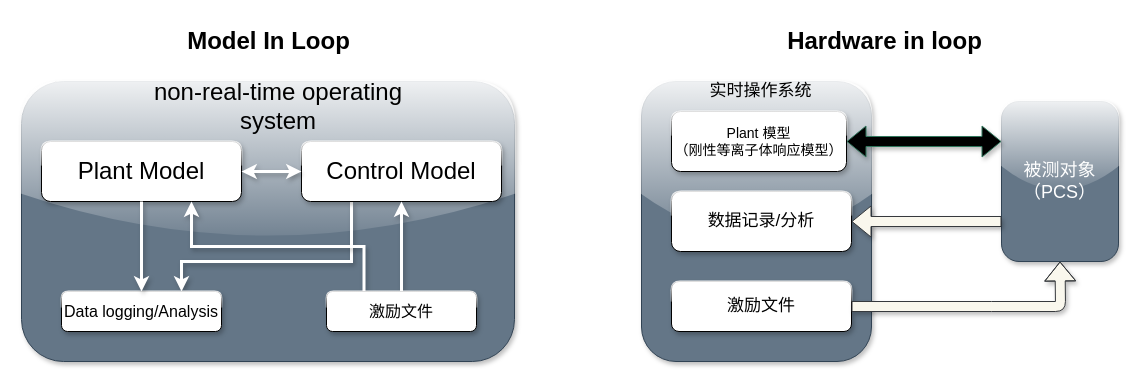
Earlier version of the draw.io diagram 未命名绘图.drawio (3038814044/draw). Source tidied: cells renumbered, new cells numbered last; positions are measured from the earlier drawing's top-left corner, leaving out a move shared by most shapes. Both pictures are drawn from the tidied source at 100%, with x=0, y=0 at pixel (21, 21).
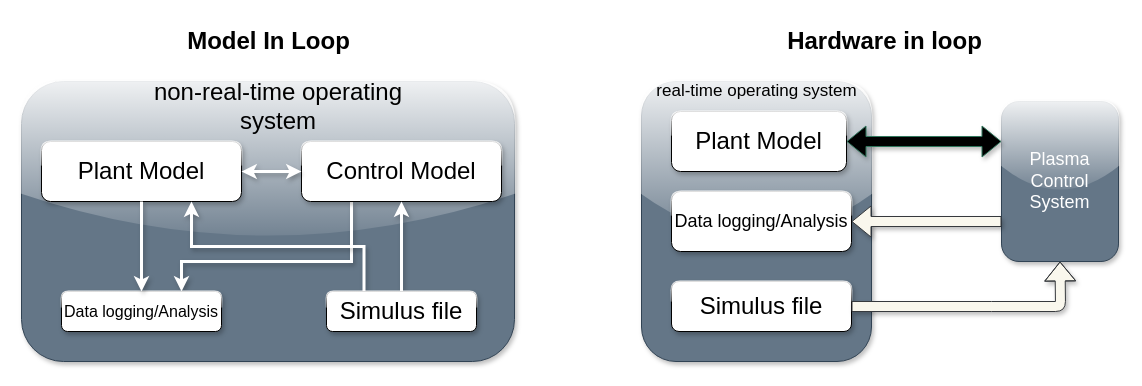
The same diagram, later.

Diff of the diagram source:
```diff
@@
-    <mxCell id="10" value="&lt;span style=&quot;font-size: 16px&quot;&gt;激励文件&lt;/span&gt;" style="rounded=1;whiteSpace=wrap;html=1;shadow=1;glass=1;sketch=0;gradientColor=none;" parent="1" vertex="1">
+    <mxCell id="10" value="&lt;font style=&quot;font-size: 24px&quot;&gt;Simulus file&lt;/font&gt;" style="rounded=1;whiteSpace=wrap;html=1;shadow=1;glass=1;sketch=0;gradientColor=none;" parent="1" vertex="1">
       <mxGeometry x="305" y="270" width="150" height="40" as="geometry" />
     </mxCell>
@@
-    <mxCell id="13" value="被测对象&lt;br&gt;（PCS）" style="whiteSpace=wrap;html=1;shadow=1;fontSize=18;fillColor=#647687;strokeColor=#314354;fontColor=#ffffff;rounded=1;glass=1;sketch=0;" parent="1" vertex="1">
+    <mxCell id="13" value="Plasma Control System" style="whiteSpace=wrap;html=1;shadow=1;fontSize=18;fillColor=#647687;strokeColor=#314354;fontColor=#ffffff;rounded=1;glass=1;sketch=0;" parent="1" vertex="1">
       <mxGeometry x="980" y="80" width="117" height="160" as="geometry" />
     </mxCell>
-    <mxCell id="14" value="&lt;font style=&quot;font-size: 14px&quot;&gt;Plant 模型&lt;br&gt;（刚性等离子体响应模型）&lt;/font&gt;" style="rounded=1;whiteSpace=wrap;html=1;shadow=1;glass=1;" parent="1" vertex="1">
+    <mxCell id="14" value="&lt;font style=&quot;font-size: 24px&quot;&gt;Plant Model&lt;/font&gt;" style="rounded=1;whiteSpace=wrap;html=1;shadow=1;glass=1;" parent="1" vertex="1">
       <mxGeometry x="650" y="90" width="175" height="60" as="geometry" />
     </mxCell>
@@
-    <mxCell id="16" value="&lt;font style=&quot;font-size: 17px&quot;&gt;数据记录/分析&lt;/font&gt;" style="rounded=1;whiteSpace=wrap;html=1;shadow=1;glass=1;" parent="1" vertex="1">
+    <mxCell id="16" value="&lt;font style=&quot;font-size: 18px&quot;&gt;Data logging/Analysis&lt;/font&gt;" style="rounded=1;whiteSpace=wrap;html=1;shadow=1;glass=1;" parent="1" vertex="1">
       <mxGeometry x="650" y="170" width="180" height="60" as="geometry" />
     </mxCell>
@@
-    <mxCell id="18" value="&lt;font style=&quot;font-size: 17px&quot;&gt;激励文件&lt;/font&gt;" style="rounded=1;whiteSpace=wrap;html=1;shadow=1;glass=1;" parent="1" vertex="1">
+    <mxCell id="18" value="&lt;font style=&quot;font-size: 24px&quot;&gt;Simulus file&lt;/font&gt;" style="rounded=1;whiteSpace=wrap;html=1;shadow=1;glass=1;" parent="1" vertex="1">
       <mxGeometry x="650" y="260" width="180" height="50" as="geometry" />
     </mxCell>
@@
-    <mxCell id="21" value="&lt;font style=&quot;font-size: 17px&quot;&gt;实时操作系统&lt;/font&gt;" style="text;html=1;strokeColor=none;fillColor=none;align=center;verticalAlign=middle;whiteSpace=wrap;rounded=0;shadow=1;glass=0;sketch=0;" parent="1" vertex="1">
-      <mxGeometry x="669.4" y="60" width="141.1" height="20" as="geometry" />
+    <mxCell id="21" value="&lt;font style=&quot;font-size: 17px&quot;&gt;real-time operating system&lt;/font&gt;" style="text;html=1;strokeColor=none;fillColor=none;align=center;verticalAlign=middle;whiteSpace=wrap;rounded=0;shadow=1;glass=0;sketch=0;" parent="1" vertex="1">
+      <mxGeometry x="623.5" y="60" width="223.1" height="20" as="geometry" />
     </mxCell>
```
